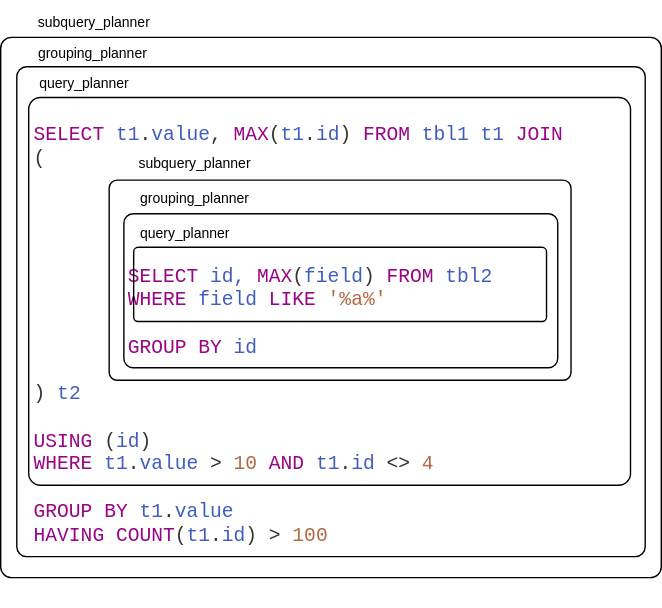
Above: PGBootcamp2024/debugging-postgres-planner/img/source-code-query-correlation.svg in ashenBlade/tantor-pg-meetups (draw.io), before the change. Source tidied: cells renumbered, new cells last; positions are measured from the earlier drawing's top-left corner, leaving out a move shared by most shapes.
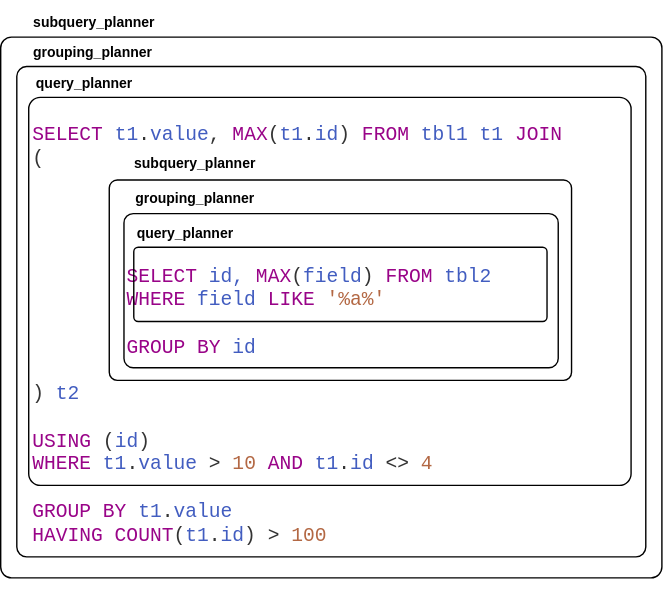
After the commit.

What changed in the source:
```diff
@@ -5,25 +5,25 @@
     <mxCell id="2" value="&lt;div style=&quot;font-size: 14px;&quot;&gt;&lt;span style=&quot;background-color: initial; font-size: 14px;&quot;&gt;&lt;font color=&quot;#990488&quot; style=&quot;font-size: 14px;&quot;&gt;SELECT&lt;/font&gt; &lt;font color=&quot;#425dc0&quot; style=&quot;font-size: 14px;&quot;&gt;t1&lt;/font&gt;&lt;font color=&quot;#333333&quot; style=&quot;font-size: 14px;&quot;&gt;.&lt;/font&gt;&lt;font color=&quot;#425dc0&quot; style=&quot;font-size: 14px;&quot;&gt;value&lt;/font&gt;&lt;font color=&quot;#333333&quot; style=&quot;font-size: 14px;&quot;&gt;,&lt;/font&gt;&lt;font color=&quot;#990488&quot; style=&quot;font-size: 14px;&quot;&gt; MAX&lt;/font&gt;&lt;font color=&quot;#333333&quot; style=&quot;font-size: 14px;&quot;&gt;(&lt;/font&gt;&lt;font color=&quot;#425dc0&quot; style=&quot;font-size: 14px;&quot;&gt;t1&lt;/font&gt;&lt;font color=&quot;#333333&quot; style=&quot;font-size: 14px;&quot;&gt;.&lt;/font&gt;&lt;font color=&quot;#425dc0&quot; style=&quot;font-size: 14px;&quot;&gt;id&lt;/font&gt;&lt;font color=&quot;#333333&quot; style=&quot;font-size: 14px;&quot;&gt;)&lt;/font&gt;&lt;font color=&quot;#990488&quot; style=&quot;font-size: 14px;&quot;&gt; FROM&lt;/font&gt; &lt;font color=&quot;#425dc0&quot; style=&quot;font-size: 14px;&quot;&gt;tbl1 t1&lt;/font&gt;&lt;font color=&quot;#990488&quot; style=&quot;font-size: 14px;&quot;&gt;&amp;nbsp;&lt;/font&gt;&lt;/span&gt;&lt;span style=&quot;color: rgb(153, 4, 136); background-color: initial; font-size: 14px;&quot;&gt;JOIN&lt;/span&gt;&lt;/div&gt;&lt;font color=&quot;#333333&quot; style=&quot;font-size: 14px;&quot;&gt;(&lt;/font&gt;&lt;div style=&quot;font-size: 14px;&quot;&gt;&lt;font color=&quot;#333333&quot; style=&quot;font-size: 14px;&quot;&gt;&lt;br style=&quot;font-size: 14px;&quot;&gt;&lt;/font&gt;&lt;div style=&quot;font-size: 14px;&quot;&gt;&lt;font color=&quot;#333333&quot; style=&quot;font-size: 14px;&quot;&gt;&lt;br style=&quot;font-size: 14px;&quot;&gt;&lt;/font&gt;&lt;/div&gt;&lt;div style=&quot;font-size: 14px;&quot;&gt;&lt;font color=&quot;#333333&quot; style=&quot;font-size: 14px;&quot;&gt;&lt;br style=&quot;font-size: 14px;&quot;&gt;&lt;/font&gt;&lt;div style=&quot;font-size: 14px;&quot;&gt;&lt;font color=&quot;#990488&quot; style=&quot;background-color: initial; font-size: 14px;&quot;&gt;&lt;br style=&quot;font-size: 14px;&quot;&gt;&lt;/font&gt;&lt;/div&gt;&lt;div style=&quot;font-size: 14px;&quot;&gt;&lt;font color=&quot;#990488&quot; style=&quot;background-color: initial; font-size: 14px;&quot;&gt;&lt;span style=&quot;white-space: pre; font-size: 14px;&quot;&gt;&#9;&lt;/span&gt;SELECT&lt;/font&gt;&lt;span style=&quot;background-color: initial; font-size: 14px;&quot;&gt; &lt;/span&gt;&lt;font color=&quot;#425dc0&quot; style=&quot;background-color: initial; font-size: 14px;&quot;&gt;id, &lt;/font&gt;&lt;font color=&quot;#990488&quot; style=&quot;background-color: initial; font-size: 14px;&quot;&gt;MAX&lt;/font&gt;&lt;font color=&quot;#333333&quot; style=&quot;background-color: initial; font-size: 14px;&quot;&gt;(&lt;/font&gt;&lt;font color=&quot;#425dc0&quot; style=&quot;background-color: initial; font-size: 14px;&quot;&gt;field&lt;/font&gt;&lt;font color=&quot;#333333&quot; style=&quot;background-color: initial; font-size: 14px;&quot;&gt;)&lt;/font&gt;&lt;span style=&quot;background-color: initial; font-size: 14px;&quot;&gt;&amp;nbsp;&lt;/span&gt;&lt;font color=&quot;#990488&quot; style=&quot;background-color: initial; font-size: 14px;&quot;&gt;FROM&lt;/font&gt;&lt;span style=&quot;background-color: initial; font-size: 14px;&quot;&gt; &lt;/span&gt;&lt;font color=&quot;#425dc0&quot; style=&quot;background-color: initial; font-size: 14px;&quot;&gt;tbl2&lt;/font&gt;&lt;span style=&quot;background-color: initial; font-size: 14px;&quot;&gt;&amp;nbsp;&lt;/span&gt;&lt;div style=&quot;font-size: 14px;&quot;&gt;&lt;div style=&quot;font-size: 14px;&quot;&gt;&lt;font color=&quot;#990488&quot; style=&quot;font-size: 14px;&quot;&gt;&lt;span style=&quot;white-space: pre; font-size: 14px;&quot;&gt;&#9;&lt;/span&gt;WHERE&lt;/font&gt;&lt;span style=&quot;background-color: initial; font-size: 14px;&quot;&gt;&amp;nbsp;&lt;/span&gt;&lt;font color=&quot;#425dc0&quot; style=&quot;background-color: initial; font-size: 14px;&quot;&gt;field &lt;/font&gt;&lt;font color=&quot;#990488&quot; style=&quot;background-color: initial; font-size: 14px;&quot;&gt;LIKE&lt;/font&gt;&lt;font color=&quot;#425dc0&quot; style=&quot;background-color: initial; font-size: 14px;&quot;&gt; &lt;/font&gt;&lt;font color=&quot;#b36844&quot; style=&quot;background-color: initial; font-size: 14px;&quot;&gt;'%a%'&lt;/font&gt;&lt;/div&gt;&lt;div style=&quot;font-size: 14px;&quot;&gt;&lt;br style=&quot;font-size: 14px;&quot;&gt;&lt;/div&gt;&lt;div style=&quot;font-size: 14px;&quot;&gt;&lt;font color=&quot;#990488&quot; style=&quot;font-size: 14px;&quot;&gt;&lt;span style=&quot;white-space: pre; font-size: 14px;&quot;&gt;&#9;&lt;/span&gt;GROUP BY&lt;/font&gt;&lt;font color=&quot;#425dc0&quot; style=&quot;font-size: 14px;&quot;&gt; id&lt;/font&gt;&lt;/div&gt;&lt;div style=&quot;font-size: 14px;&quot;&gt;&lt;font color=&quot;#333333&quot; style=&quot;background-color: initial; font-size: 14px;&quot;&gt;&lt;br style=&quot;font-size: 14px;&quot;&gt;&lt;/font&gt;&lt;/div&gt;&lt;div style=&quot;font-size: 14px;&quot;&gt;&lt;font color=&quot;#333333&quot; style=&quot;background-color: initial; font-size: 14px;&quot;&gt;)&lt;/font&gt;&lt;font color=&quot;#990488&quot; style=&quot;background-color: initial; font-size: 14px;&quot;&gt; &lt;/font&gt;&lt;font color=&quot;#425dc0&quot; style=&quot;background-color: initial; font-size: 14px;&quot;&gt;t2&lt;/font&gt;&lt;br style=&quot;font-size: 14px;&quot;&gt;&lt;/div&gt;&lt;div style=&quot;font-size: 14px;&quot;&gt;&lt;div style=&quot;font-size: 14px;&quot;&gt;&lt;font color=&quot;#990488&quot; style=&quot;font-size: 14px;&quot;&gt;&lt;br style=&quot;font-size: 14px;&quot;&gt;&lt;/font&gt;&lt;/div&gt;&lt;div style=&quot;font-size: 14px;&quot;&gt;&lt;font color=&quot;#990488&quot; style=&quot;font-size: 14px;&quot;&gt;USING &lt;/font&gt;&lt;font color=&quot;#333333&quot; style=&quot;font-size: 14px;&quot;&gt;(&lt;/font&gt;&lt;font color=&quot;#425dc0&quot; style=&quot;font-size: 14px;&quot;&gt;id&lt;/font&gt;&lt;font color=&quot;#333333&quot; style=&quot;font-size: 14px;&quot;&gt;)&lt;/font&gt;&lt;/div&gt;&lt;div style=&quot;font-size: 14px;&quot;&gt;&lt;font color=&quot;#990488&quot; style=&quot;font-size: 14px;&quot;&gt;WHERE &lt;/font&gt;&lt;font color=&quot;#425dc0&quot; style=&quot;font-size: 14px;&quot;&gt;t1&lt;/font&gt;&lt;font color=&quot;#333333&quot; style=&quot;font-size: 14px;&quot;&gt;.&lt;/font&gt;&lt;font color=&quot;#425dc0&quot; style=&quot;font-size: 14px;&quot;&gt;value&lt;/font&gt;&lt;font color=&quot;#990488&quot; style=&quot;font-size: 14px;&quot;&gt; &lt;/font&gt;&lt;font color=&quot;#333333&quot; style=&quot;font-size: 14px;&quot;&gt;&amp;gt;&lt;/font&gt;&lt;font color=&quot;#990488&quot; style=&quot;font-size: 14px;&quot;&gt; &lt;/font&gt;&lt;font color=&quot;#b36844&quot; style=&quot;font-size: 14px;&quot;&gt;10 &lt;/font&gt;&lt;font color=&quot;#990488&quot; style=&quot;font-size: 14px;&quot;&gt;AND&lt;/font&gt;&lt;font color=&quot;#b36844&quot; style=&quot;font-size: 14px;&quot;&gt; &lt;/font&gt;&lt;font color=&quot;#425dc0&quot; style=&quot;font-size: 14px;&quot;&gt;t1&lt;/font&gt;&lt;font color=&quot;#333333&quot; style=&quot;font-size: 14px;&quot;&gt;.&lt;/font&gt;&lt;font color=&quot;#425dc0&quot; style=&quot;font-size: 14px;&quot;&gt;id&lt;/font&gt;&lt;font color=&quot;#b36844&quot; style=&quot;font-size: 14px;&quot;&gt; &lt;/font&gt;&lt;font color=&quot;#333333&quot; style=&quot;font-size: 14px;&quot;&gt;&amp;lt;&amp;gt;&lt;/font&gt;&lt;font color=&quot;#b36844&quot; style=&quot;font-size: 14px;&quot;&gt; 4&lt;/font&gt;&lt;/div&gt;&lt;div style=&quot;font-size: 14px;&quot;&gt;&lt;font color=&quot;#990488&quot; style=&quot;font-size: 14px;&quot;&gt;&lt;br style=&quot;font-size: 14px;&quot;&gt;GROUP BY &lt;/font&gt;&lt;font color=&quot;#425dc0&quot; style=&quot;font-size: 14px;&quot;&gt;t1&lt;/font&gt;&lt;font color=&quot;#333333&quot; style=&quot;font-size: 14px;&quot;&gt;.&lt;/font&gt;&lt;font color=&quot;#425dc0&quot; style=&quot;font-size: 14px;&quot;&gt;value&lt;/font&gt;&lt;/div&gt;&lt;div style=&quot;font-size: 14px;&quot;&gt;&lt;font color=&quot;#990488&quot; style=&quot;font-size: 14px;&quot;&gt;HAVING COUNT&lt;/font&gt;&lt;font color=&quot;#333333&quot; style=&quot;font-size: 14px;&quot;&gt;(&lt;/font&gt;&lt;font color=&quot;#425dc0&quot; style=&quot;font-size: 14px;&quot;&gt;t1&lt;/font&gt;&lt;font color=&quot;#333333&quot; style=&quot;font-size: 14px;&quot;&gt;.&lt;/font&gt;&lt;font color=&quot;#425dc0&quot; style=&quot;font-size: 14px;&quot;&gt;id&lt;/font&gt;&lt;font color=&quot;#333333&quot; style=&quot;font-size: 14px;&quot;&gt;)&lt;/font&gt;&lt;font color=&quot;#990488&quot; style=&quot;font-size: 14px;&quot;&gt; &lt;/font&gt;&lt;font color=&quot;#333333&quot; style=&quot;font-size: 14px;&quot;&gt;&amp;gt;&lt;/font&gt;&lt;font color=&quot;#990488&quot; style=&quot;font-size: 14px;&quot;&gt; &lt;/font&gt;&lt;font color=&quot;#b36844&quot; style=&quot;font-size: 14px;&quot;&gt;100&lt;/font&gt;&lt;/div&gt;&lt;/div&gt;&lt;/div&gt;&lt;/div&gt;&lt;/div&gt;&lt;/div&gt;" style="text;html=1;align=left;verticalAlign=middle;whiteSpace=wrap;rounded=0;fontFamily=Courier New;shadow=0;horizontal=1;spacing=2;fontSize=14;" parent="1" vertex="1">
       <mxGeometry x="21.5" y="44" width="448.5" height="390" as="geometry" />
     </mxCell>
-    <mxCell id="3" value="subquery_planner" style="text;html=1;align=center;verticalAlign=middle;whiteSpace=wrap;rounded=0;fontSize=10;" parent="1" vertex="1">
+    <mxCell id="3" value="subquery_planner" style="text;html=1;align=center;verticalAlign=middle;whiteSpace=wrap;rounded=0;fontSize=10;fontStyle=1;" parent="1" vertex="1">
       <mxGeometry x="20" width="94" height="30" as="geometry" />
     </mxCell>
     <mxCell id="4" style="rounded=1;whiteSpace=wrap;html=1;fillColor=none;align=left;verticalAlign=top;arcSize=2;" parent="1" vertex="1">
       <mxGeometry x="11.5" y="47" width="449" height="350" as="geometry" />
     </mxCell>
-    <mxCell id="5" value="query_planner" style="text;html=1;align=center;verticalAlign=middle;whiteSpace=wrap;rounded=0;fontSize=10;" parent="1" vertex="1">
+    <mxCell id="5" value="query_planner" style="text;html=1;align=center;verticalAlign=middle;whiteSpace=wrap;rounded=0;fontSize=10;fontStyle=1;" parent="1" vertex="1">
       <mxGeometry x="18" y="44" width="84" height="30" as="geometry" />
     </mxCell>
     <mxCell id="6" style="rounded=1;whiteSpace=wrap;html=1;fillColor=none;align=left;verticalAlign=top;arcSize=2;" parent="1" vertex="1">
       <mxGeometry y="26" width="472" height="386" as="geometry" />
     </mxCell>
-    <mxCell id="7" value="grouping_planner" style="text;html=1;align=center;verticalAlign=middle;whiteSpace=wrap;rounded=0;fontSize=10;" parent="1" vertex="1">
+    <mxCell id="7" value="grouping_planner" style="text;html=1;align=center;verticalAlign=middle;whiteSpace=wrap;rounded=0;fontSize=10;fontStyle=1;" parent="1" vertex="1">
       <mxGeometry x="21.5" y="22" width="88" height="30" as="geometry" />
     </mxCell>
     <mxCell id="8" style="rounded=1;whiteSpace=wrap;html=1;fillColor=none;align=left;verticalAlign=top;arcSize=3;" parent="1" vertex="1">
       <mxGeometry x="20" y="69" width="430" height="277" as="geometry" />
     </mxCell>
-    <mxCell id="9" value="subquery_planner" style="text;html=1;align=center;verticalAlign=middle;whiteSpace=wrap;rounded=0;fontSize=10;" parent="1" vertex="1">
+    <mxCell id="9" value="subquery_planner" style="text;html=1;align=center;verticalAlign=middle;whiteSpace=wrap;rounded=0;fontSize=10;fontStyle=1;" parent="1" vertex="1">
       <mxGeometry x="88" y="101" width="102" height="30" as="geometry" />
     </mxCell>
     <mxCell id="10" style="rounded=1;whiteSpace=wrap;html=1;fillColor=none;align=left;verticalAlign=top;arcSize=6;" parent="1" vertex="1">
@@ -32,13 +32,13 @@
     <mxCell id="11" style="rounded=1;whiteSpace=wrap;html=1;fillColor=none;align=left;verticalAlign=top;arcSize=4;" parent="1" vertex="1">
       <mxGeometry x="77.5" y="128" width="330" height="143" as="geometry" />
     </mxCell>
-    <mxCell id="12" value="query_planner" style="text;html=1;align=center;verticalAlign=middle;whiteSpace=wrap;rounded=0;fontSize=10;" parent="1" vertex="1">
+    <mxCell id="12" value="query_planner" style="text;html=1;align=center;verticalAlign=middle;whiteSpace=wrap;rounded=0;fontSize=10;fontStyle=1;" parent="1" vertex="1">
       <mxGeometry x="90" y="151" width="84" height="30" as="geometry" />
     </mxCell>
     <mxCell id="13" style="rounded=1;whiteSpace=wrap;html=1;fillColor=none;align=left;verticalAlign=top;arcSize=6;" parent="1" vertex="1">
       <mxGeometry x="88" y="152" width="310" height="110" as="geometry" />
     </mxCell>
-    <mxCell id="14" value="grouping_planner" style="text;html=1;align=center;verticalAlign=middle;whiteSpace=wrap;rounded=0;fontSize=10;" parent="1" vertex="1">
+    <mxCell id="14" value="grouping_planner" style="text;html=1;align=center;verticalAlign=middle;whiteSpace=wrap;rounded=0;fontSize=10;fontStyle=1;" parent="1" vertex="1">
       <mxGeometry x="95" y="126" width="88" height="30" as="geometry" />
     </mxCell>
   </root>
```
